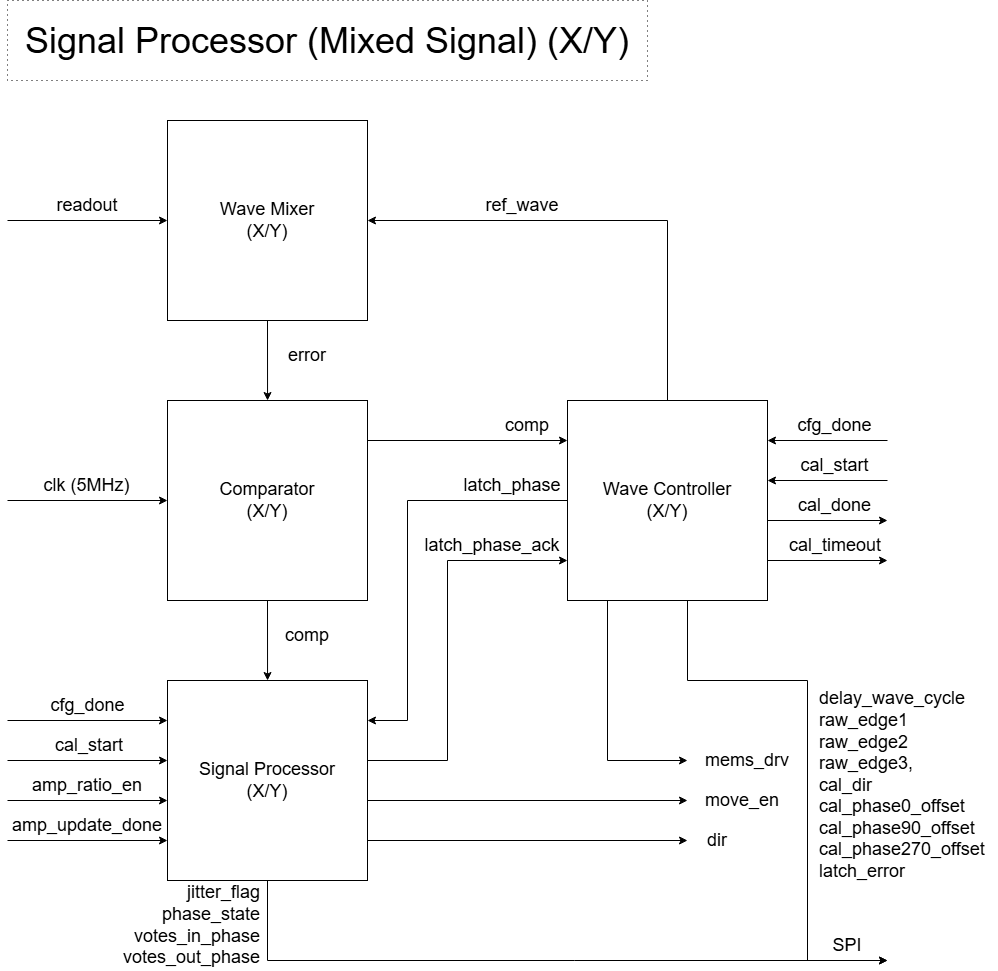
Above: Media/ChipArchitect/Optical Probe Station RTL Traffic.png in llhtimlam/Probton (draw.io), before the change. Source tidied: cells renumbered, new cells last; positions are measured from the earlier drawing's top-left corner, leaving out a move shared by most shapes.
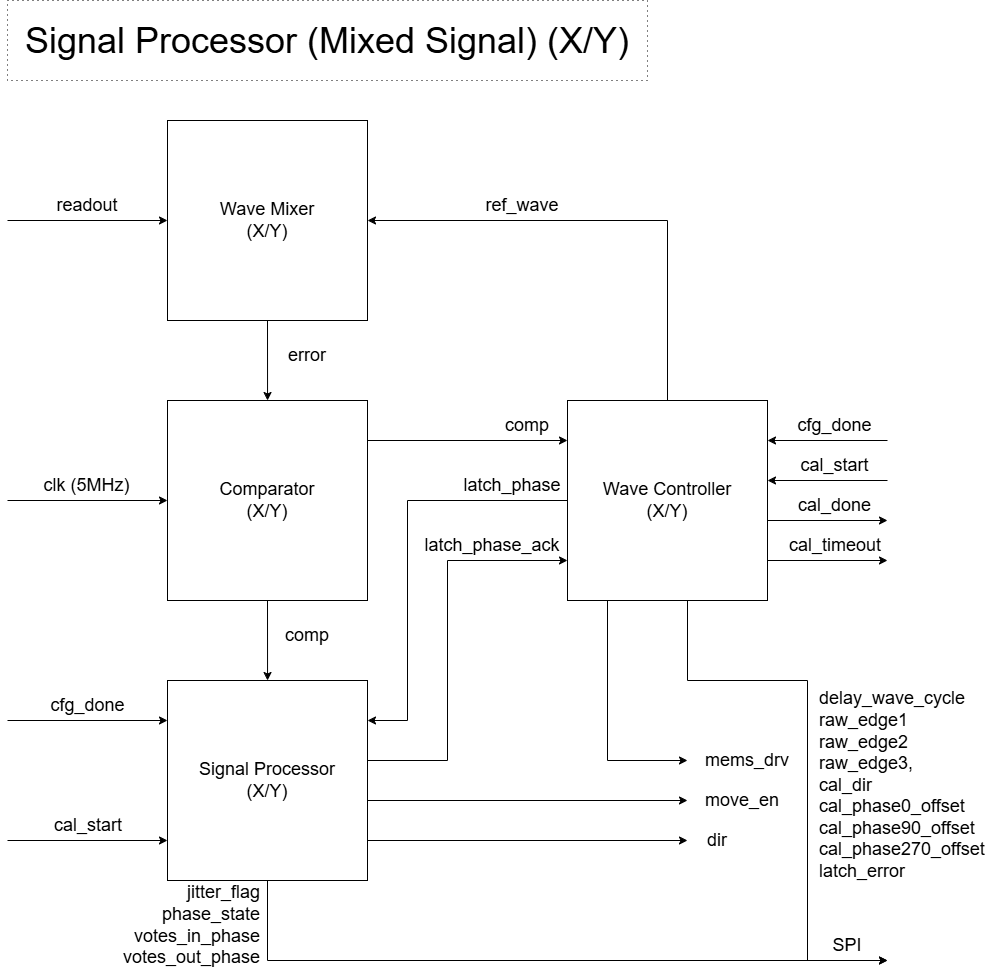
The same diagram one commit later.

Diff of the diagram source:
```diff
@@ -171,31 +171,13 @@
     </mxCell>
     <mxCell id="38" style="endArrow=classic;html=1;rounded=0;" parent="1" edge="1">
       <mxGeometry relative="1" as="geometry">
-        <mxPoint y="760" as="sourcePoint" />
-        <mxPoint x="160" y="760" as="targetPoint" />
+        <mxPoint y="840" as="sourcePoint" />
+        <mxPoint x="160" y="840" as="targetPoint" />
       </mxGeometry>
     </mxCell>
     <mxCell id="39" value="&lt;span style=&quot;font-size: 18px;&quot;&gt;cal_start&lt;/span&gt;" style="text;html=1;whiteSpace=wrap;strokeColor=none;fillColor=none;align=center;verticalAlign=middle;rounded=0;" parent="1" vertex="1">
-      <mxGeometry x="42.5" y="730" width="77.5" height="30" as="geometry" />
+      <mxGeometry x="42.5" y="810" width="77.5" height="30" as="geometry" />
     </mxCell>
-    <mxCell id="40" value="&lt;span style=&quot;font-size: 18px;&quot;&gt;amp_ratio_en&lt;/span&gt;" style="text;html=1;whiteSpace=wrap;strokeColor=none;fillColor=none;align=center;verticalAlign=middle;rounded=0;" parent="1" vertex="1">
-      <mxGeometry x="20" y="770" width="120" height="30" as="geometry" />
-    </mxCell>
-    <mxCell id="41" value="&lt;span style=&quot;font-size: 18px;&quot;&gt;amp_update_done&lt;/span&gt;" style="text;html=1;whiteSpace=wrap;strokeColor=none;fillColor=none;align=center;verticalAlign=middle;rounded=0;" parent="1" vertex="1">
-      <mxGeometry y="810" width="160" height="30" as="geometry" />
-    </mxCell>
-    <mxCell id="42" style="endArrow=classic;html=1;rounded=0;" parent="1" edge="1">
-      <mxGeometry relative="1" as="geometry">
-        <mxPoint y="800" as="sourcePoint" />
-        <mxPoint x="160" y="800" as="targetPoint" />
-      </mxGeometry>
-    </mxCell>
-    <mxCell id="43" style="endArrow=classic;html=1;rounded=0;" parent="1" edge="1">
-      <mxGeometry relative="1" as="geometry">
-        <mxPoint y="840" as="sourcePoint" />
-        <mxPoint x="160" y="840" as="targetPoint" />
-      </mxGeometry>
-    </mxCell>
     <mxCell id="44" style="edgeStyle=orthogonalEdgeStyle;rounded=0;orthogonalLoop=1;jettySize=auto;html=1;" parent="1" edge="1">
       <mxGeometry relative="1" as="geometry">
         <mxPoint x="260" y="880" as="sourcePoint" />
```
